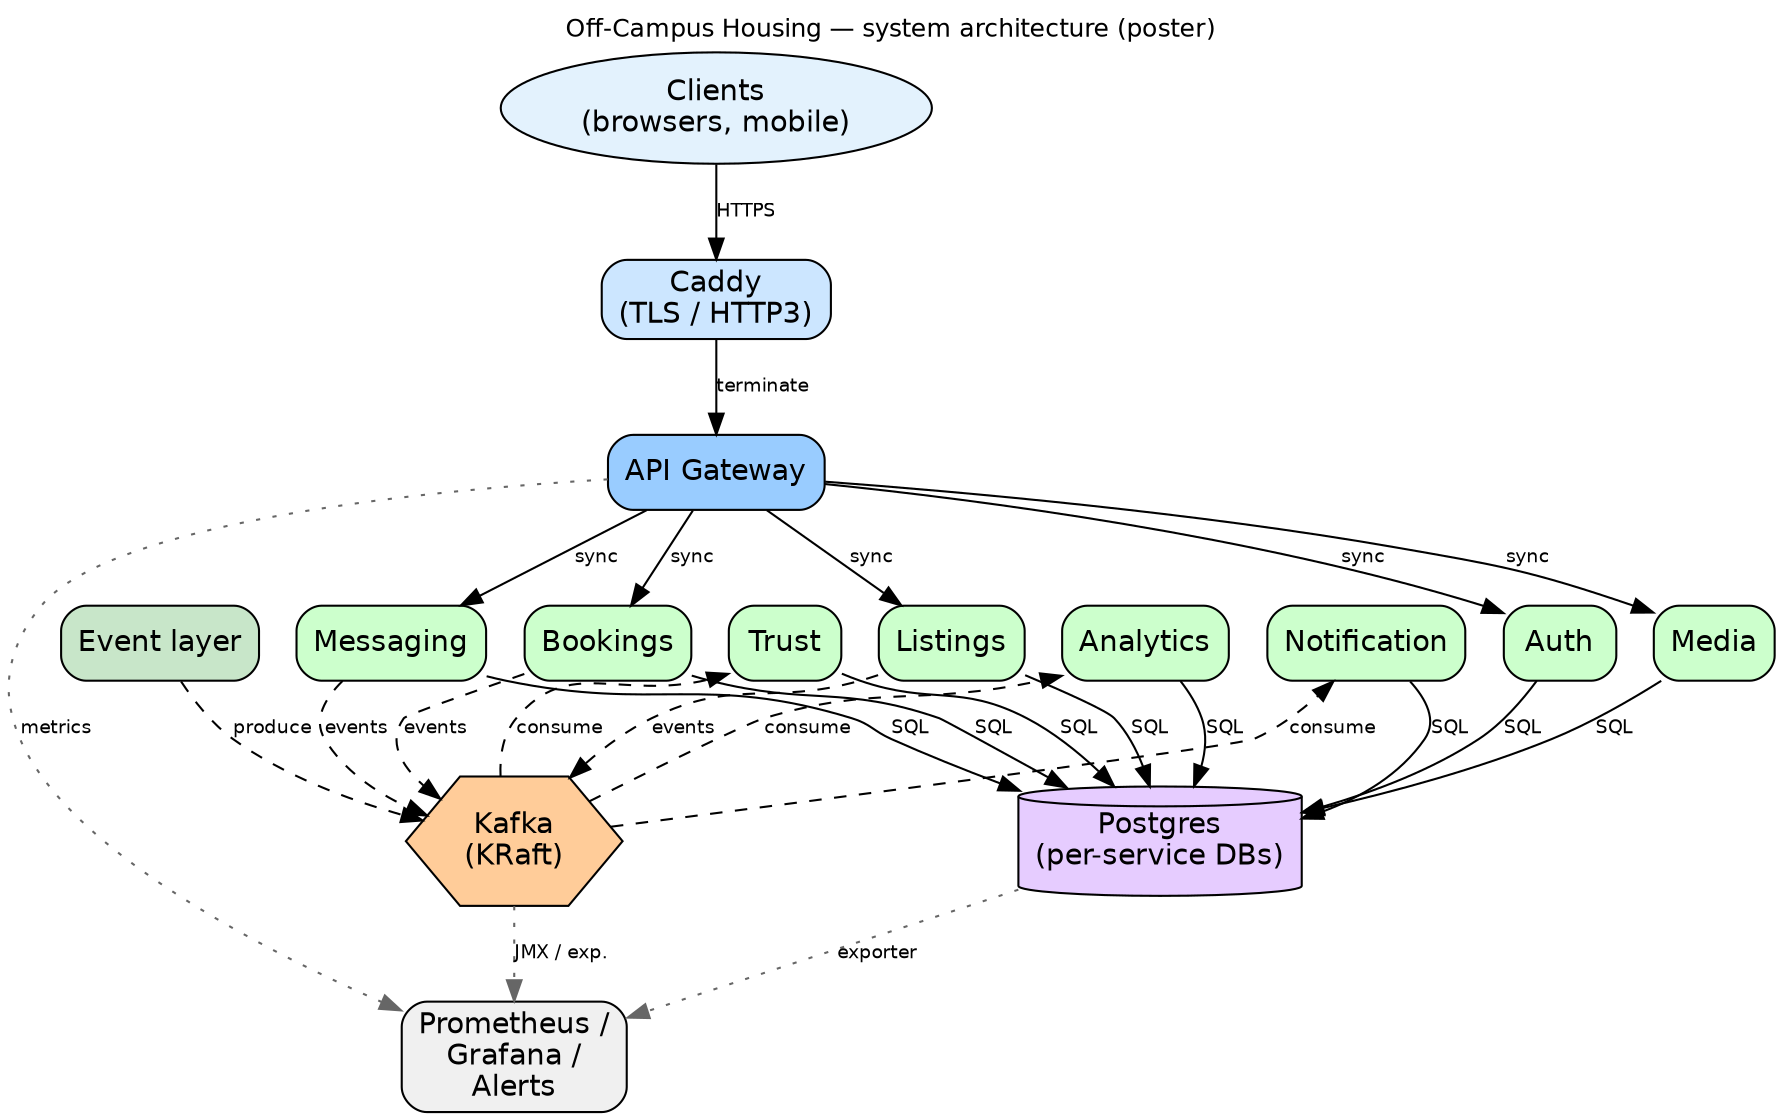
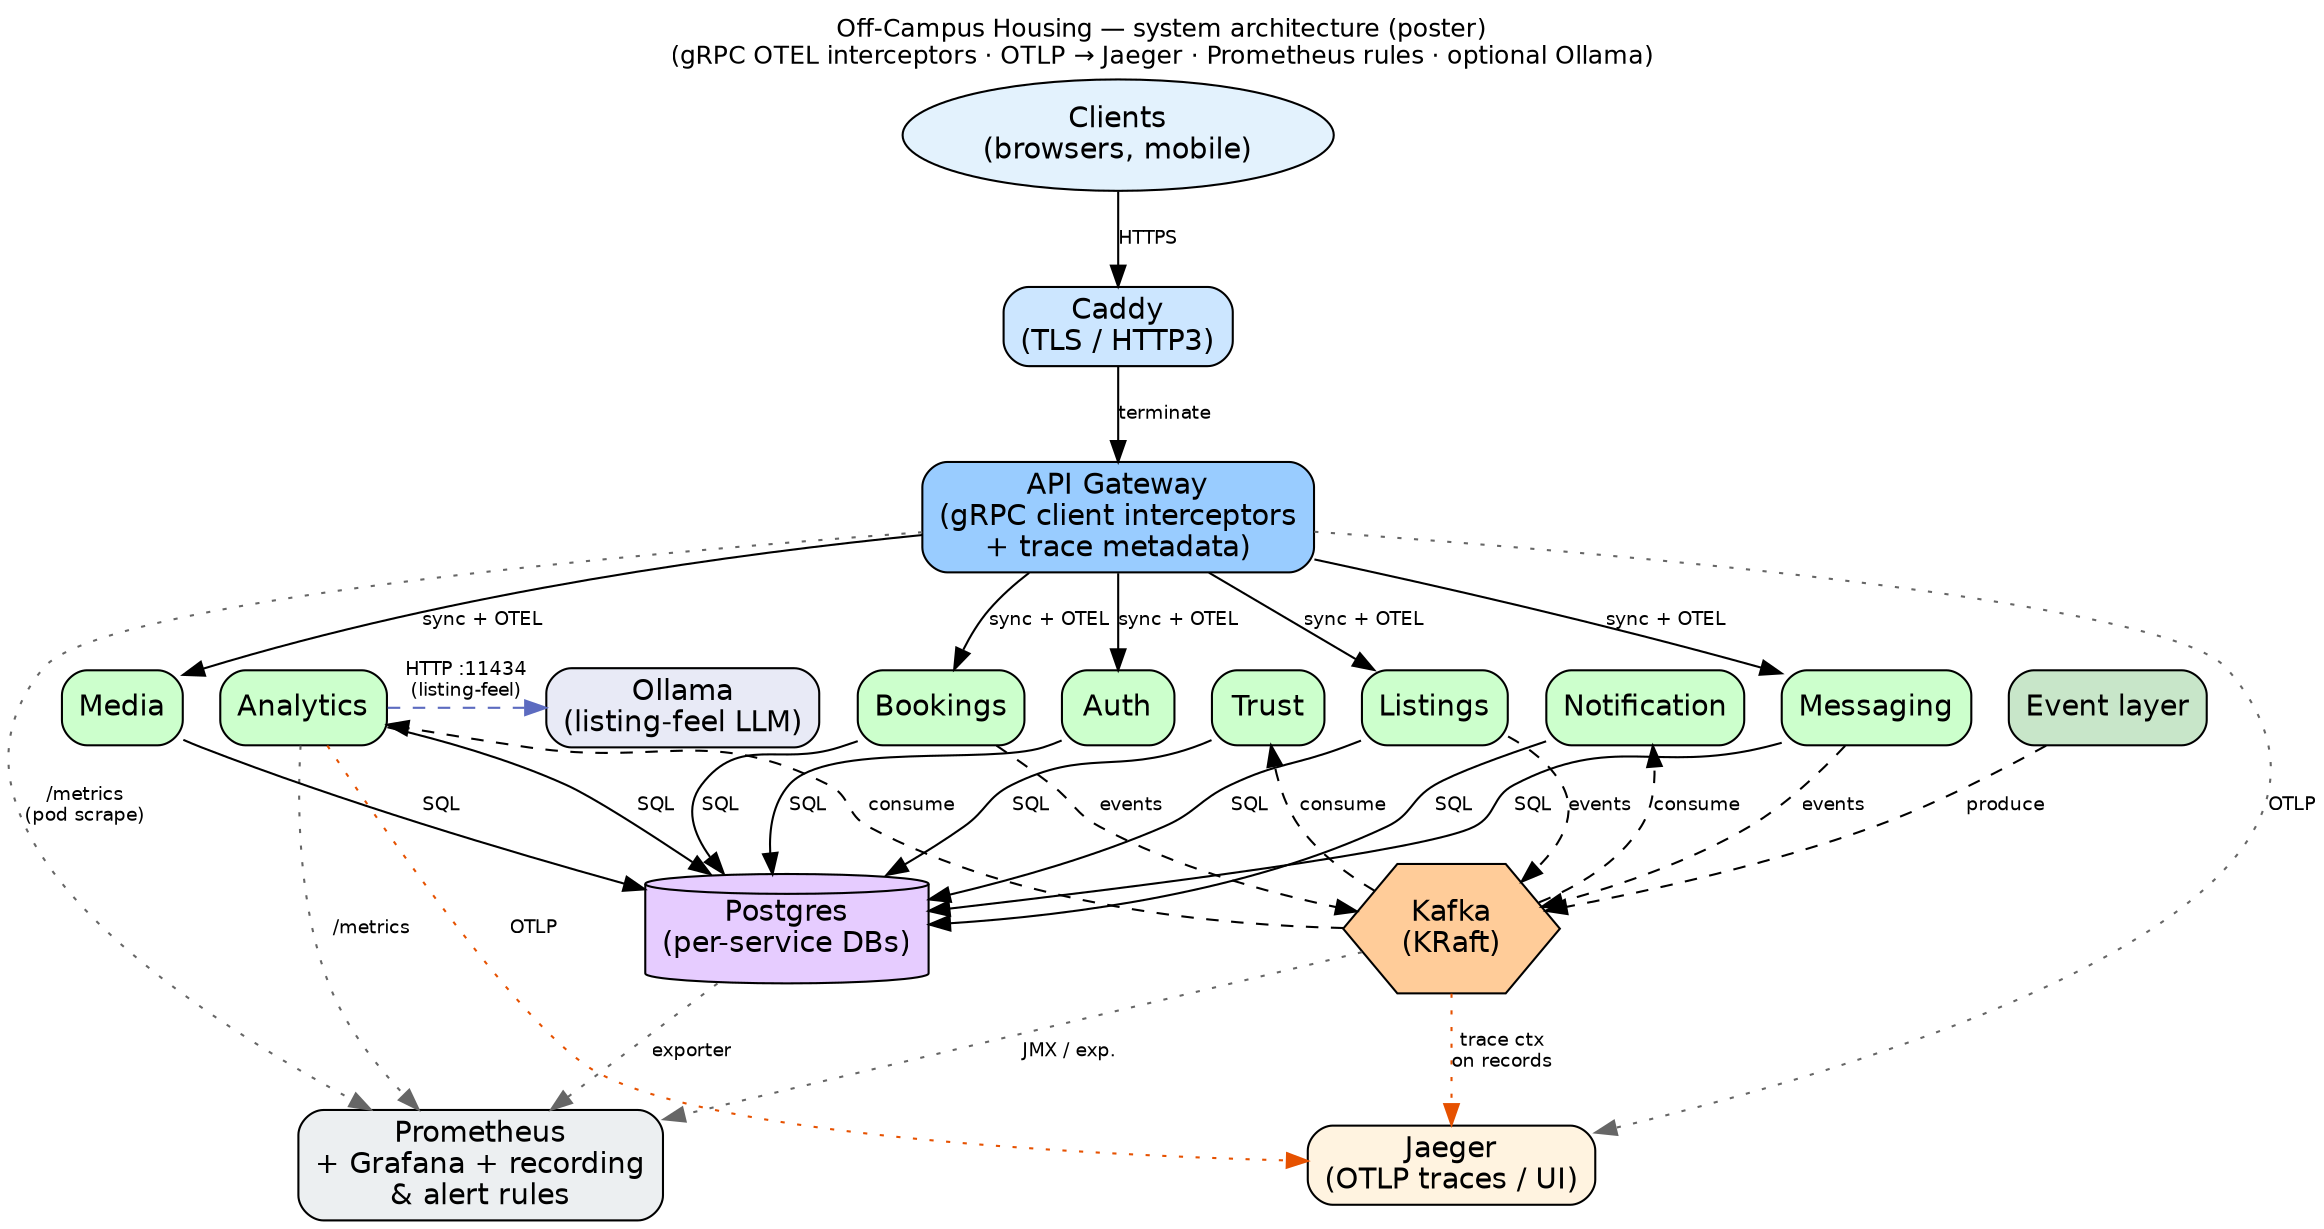
digraph system_poster {
  // Shared visual system — include inside digraph { } after the opening line.
  graph [fontname="Helvetica", fontsize=11];
  node [fontname="Helvetica"];
  edge [fontname="Helvetica", fontsize=9];
  graph [
    rankdir=TB,
    fontsize=12,
-     label="Off-Campus Housing — system architecture (poster)",
+     label="Off-Campus Housing — system architecture (poster)\n(gRPC OTEL interceptors · OTLP → Jaeger · Prometheus rules · optional Ollama)",
    labelloc=t
  ];
  node [fontname="Helvetica"];
  edge [fontname="Helvetica", fontsize=9];

  /* ---- Layers (top → bottom) ---- */
  { rank=same;
    clients [label="Clients\n(browsers, mobile)", shape=ellipse, style=filled, fillcolor="#e3f2fd"];
  }
  { rank=same;
    caddy [label="Caddy\n(TLS / HTTP3)", shape=box, style="rounded,filled", fillcolor="#cce6ff"];
  }
  { rank=same;
-     gateway [label="API Gateway", shape=box, style="rounded,filled", fillcolor="#99ccff"];
+     gateway [label="API Gateway\n(gRPC client interceptors\n+ trace metadata)", shape=box, style="rounded,filled", fillcolor="#99ccff"];
  }
  { rank=same;
    auth [label="Auth", shape=box, style="rounded,filled", fillcolor="#ccffcc"];
    listings [label="Listings", shape=box, style="rounded,filled", fillcolor="#ccffcc"];
    bookings [label="Bookings", shape=box, style="rounded,filled", fillcolor="#ccffcc"];
    messaging [label="Messaging", shape=box, style="rounded,filled", fillcolor="#ccffcc"];
    notification [label="Notification", shape=box, style="rounded,filled", fillcolor="#ccffcc"];
    trust [label="Trust", shape=box, style="rounded,filled", fillcolor="#ccffcc"];
    analytics [label="Analytics", shape=box, style="rounded,filled", fillcolor="#ccffcc"];
    media [label="Media", shape=box, style="rounded,filled", fillcolor="#ccffcc"];
    event_layer [label="Event layer", shape=box, style="rounded,filled", fillcolor="#c8e6c9"];
+     ollama [label="Ollama\n(listing-feel LLM)", shape=box, style="rounded,filled", fillcolor="#e8eaf6"];
  }
  { rank=same;
    kafka [label="Kafka\n(KRaft)", shape=hexagon, style=filled, fillcolor="#ffcc99"];
  }
  { rank=same;
    postgres [label="Postgres\n(per-service DBs)", shape=cylinder, style=filled, fillcolor="#e6ccff"];
  }
  { rank=same;
-     prom [label="Prometheus /\nGrafana /\nAlerts", shape=box, style="rounded,filled", fillcolor="#f0f0f0"];
+     jaeger [label="Jaeger\n(OTLP traces / UI)", shape=box, style="rounded,filled", fillcolor="#fff3e0"];
+     prom [label="Prometheus\n+ Grafana + recording\n& alert rules", shape=box, style="rounded,filled", fillcolor="#eceff1"];
  }

  clients -> caddy [label="HTTPS"];
  caddy -> gateway [label="terminate"];
-   gateway -> auth [label="sync"];
-   gateway -> listings [label="sync"];
-   gateway -> bookings [label="sync"];
-   gateway -> messaging [label="sync"];
-   gateway -> media [label="sync"];
+   gateway -> auth [label="sync + OTEL"];
+   gateway -> listings [label="sync + OTEL"];
+   gateway -> bookings [label="sync + OTEL"];
+   gateway -> messaging [label="sync + OTEL"];
+   gateway -> media [label="sync + OTEL"];

  auth -> postgres [label="SQL"];
  listings -> postgres [label="SQL"];
  bookings -> postgres [label="SQL"];
  messaging -> postgres [label="SQL"];
  notification -> postgres [label="SQL"];
  trust -> postgres [label="SQL"];
  analytics -> postgres [label="SQL"];
  media -> postgres [label="SQL"];

  event_layer -> kafka [label="produce", style=dashed];
  listings -> kafka [label="events", style=dashed];
  bookings -> kafka [label="events", style=dashed];
  messaging -> kafka [label="events", style=dashed];
  kafka -> analytics [label="consume", style=dashed];
  kafka -> notification [label="consume", style=dashed];
  kafka -> trust [label="consume", style=dashed];

-   gateway -> prom [label="metrics", style=dotted, color="#666666"];
+   analytics -> ollama [label="HTTP :11434\n(listing-feel)", style=dashed, color="#5c6bc0"];
+ 
+   gateway -> prom [label="/metrics\n(pod scrape)", style=dotted, color="#666666"];
+   analytics -> prom [label="/metrics", style=dotted, color="#666666"];
+   gateway -> jaeger [label="OTLP", style=dotted, color="#666666"];
  kafka -> prom [label="JMX / exp.", style=dotted, color="#666666"];
  postgres -> prom [label="exporter", style=dotted, color="#666666"];
+   kafka -> jaeger [label="trace ctx\non records", style=dotted, color="#e65100"];
+   analytics -> jaeger [label="OTLP", style=dotted, color="#e65100"];
}
